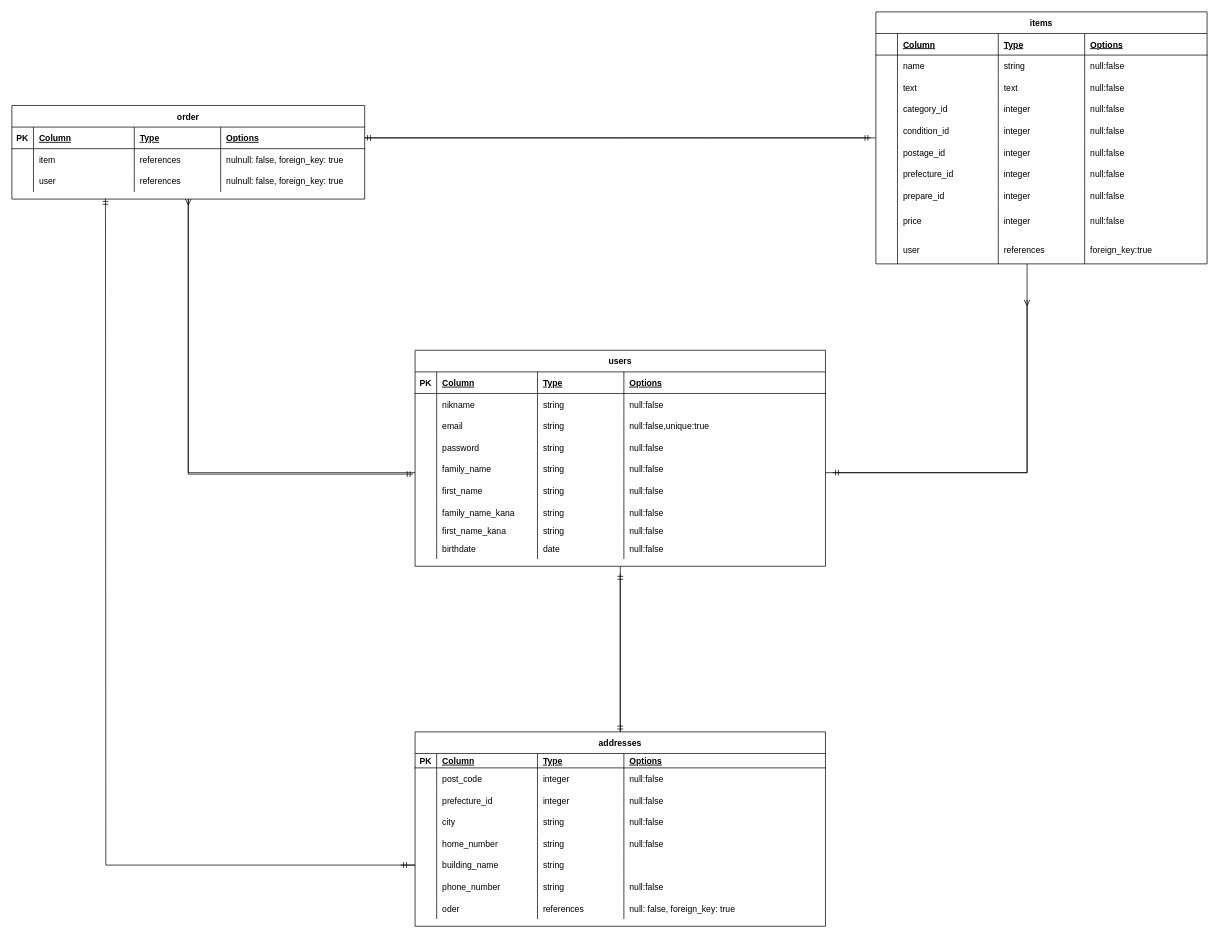
This is furima.dio from karentokuyama/furima-34771, a draw.io file, before an edit. Source tidied: cells renumbered, new cells numbered last; positions are measured from the earlier drawing's top-left corner, leaving out a move shared by most shapes. Both pictures are drawn from the tidied source at 72%, with x=0, y=0 at pixel (12, 12).
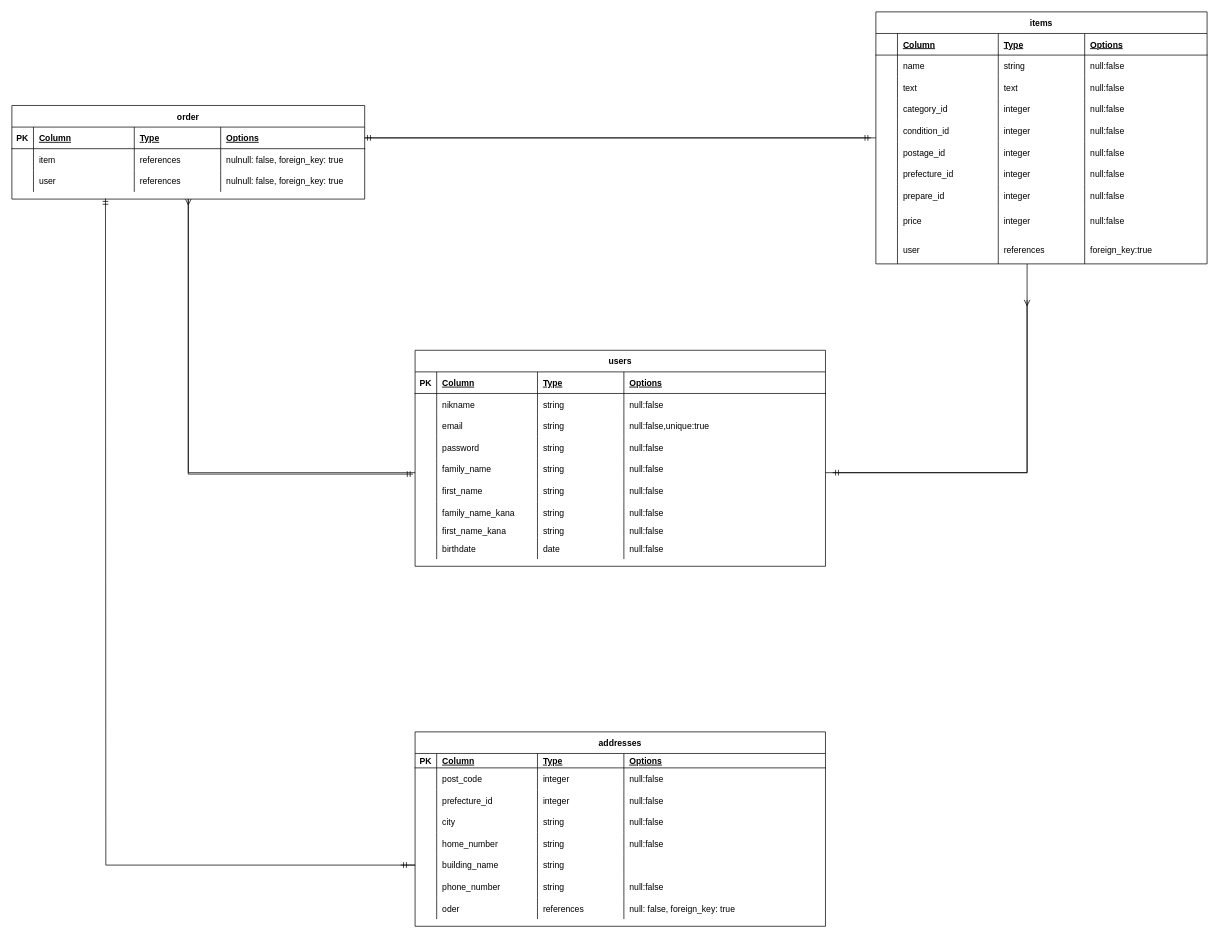
Above is the later version.

The change refers to these unchanged cells:
```xml
<mxCell id="4" value="users" style="shape=table;startSize=30;childLayout=tableLayout;rowLines=0;fontStyle=1;align=center;" parent="1" vertex="1">
  <mxGeometry x="560" y="470" width="570" height="300" as="geometry" />
</mxCell>
<mxCell id="51" value="addresses" style="shape=table;startSize=30;childLayout=tableLayout;rowLines=0;fontStyle=1;align=center;" parent="1" vertex="1">
  <mxGeometry x="560" y="1000" width="570" height="270" as="geometry" />
</mxCell>
```

Change to the diagram source:
```diff
@@
-    <mxCell id="3" style="edgeStyle=orthogonalEdgeStyle;rounded=0;jettySize=auto;html=1;entryX=0.5;entryY=0;entryDx=0;entryDy=0;endArrow=ERmandOne;endFill=0;" parent="1" edge="1" source="4" target="51">
-      <mxGeometry relative="1" as="geometry" />
-    </mxCell>
@@
-    <mxCell id="50" style="edgeStyle=orthogonalEdgeStyle;rounded=0;jettySize=auto;html=1;endArrow=ERmandOne;endFill=0;" parent="1" edge="1" source="51">
-      <mxGeometry relative="1" as="geometry">
-        <mxPoint x="845" y="780" as="targetPoint" />
-      </mxGeometry>
-    </mxCell>
```
